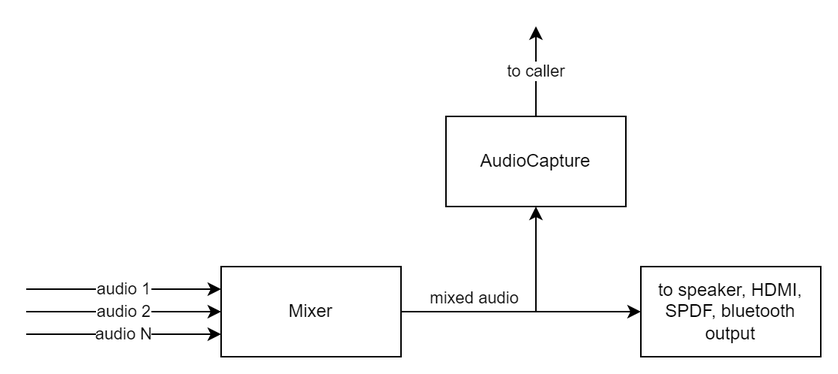
This is docs/pages/images/RMF_AudioCapture_HAL_audio_flow.png from rdkcentral/rdk-halif-rmf_audio_capture, a draw.io export, as it was before one commit. Source tidied: cells renumbered, new cells last; positions are measured from the earlier drawing's top-left corner, leaving out a move shared by most shapes.
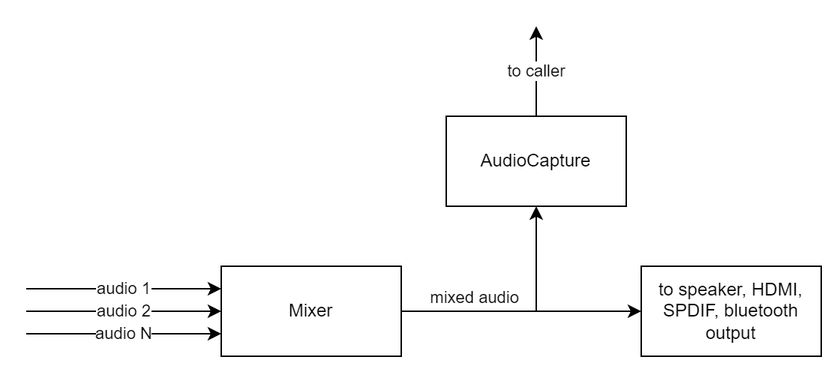
Later version of the same file.

Change to the diagram source:
```diff
@@ -24,7 +24,7 @@
         <mxPoint y="205" as="sourcePoint" />
       </mxGeometry>
     </mxCell>
-    <mxCell id="7" value="to speaker, HDMI, SPDF, bluetooth output" style="whiteSpace=wrap;html=1;rounded=0;" parent="1" vertex="1">
+    <mxCell id="7" value="to speaker, HDMI, SPDIF, bluetooth output" style="whiteSpace=wrap;html=1;rounded=0;" parent="1" vertex="1">
       <mxGeometry x="410" y="160" width="120" height="60" as="geometry" />
     </mxCell>
     <mxCell id="8" value="AudioCapture" style="rounded=0;whiteSpace=wrap;html=1;" parent="1" vertex="1">
```
